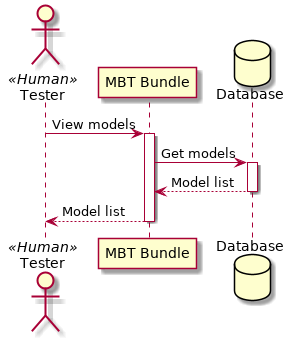
Above: diagrams/models/sequence.png in tienvx/mbt-assets (PlantUML), before the change. Source of this version:
```plantuml
@startuml

actor Tester as tester << Human >>
participant "MBT Bundle" as bundle
database Database as database

tester -> bundle : View models
activate bundle
bundle -> database : Get models
activate database
database --> bundle : Model list
deactivate database
bundle --> tester : Model list
deactivate bundle

@enduml
```
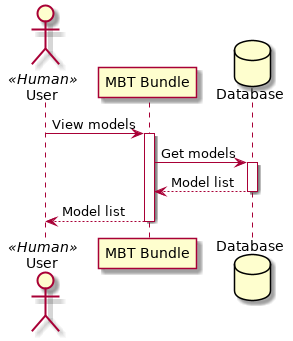
The same file after the commit.

Diff of the diagram source:
```diff
@@ -1,16 +1,16 @@
 @startuml
 
-actor Tester as tester << Human >>
+actor User as user << Human >>
 participant "MBT Bundle" as bundle
 database Database as database
 
-tester -> bundle : View models
+user -> bundle : View models
 activate bundle
 bundle -> database : Get models
 activate database
 database --> bundle : Model list
 deactivate database
-bundle --> tester : Model list
+bundle --> user : Model list
 deactivate bundle
 
 @enduml
```
